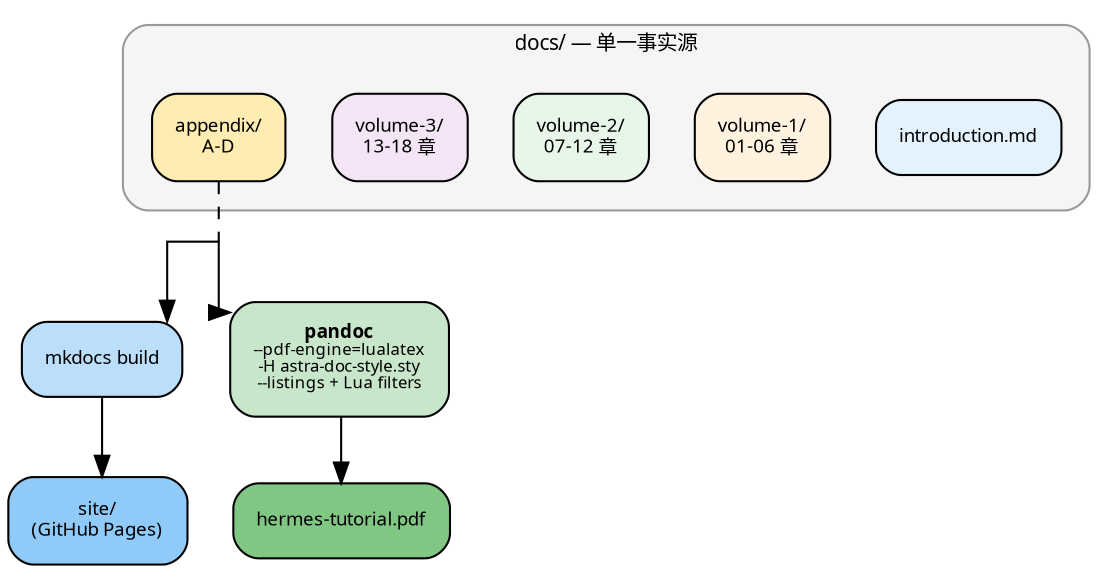
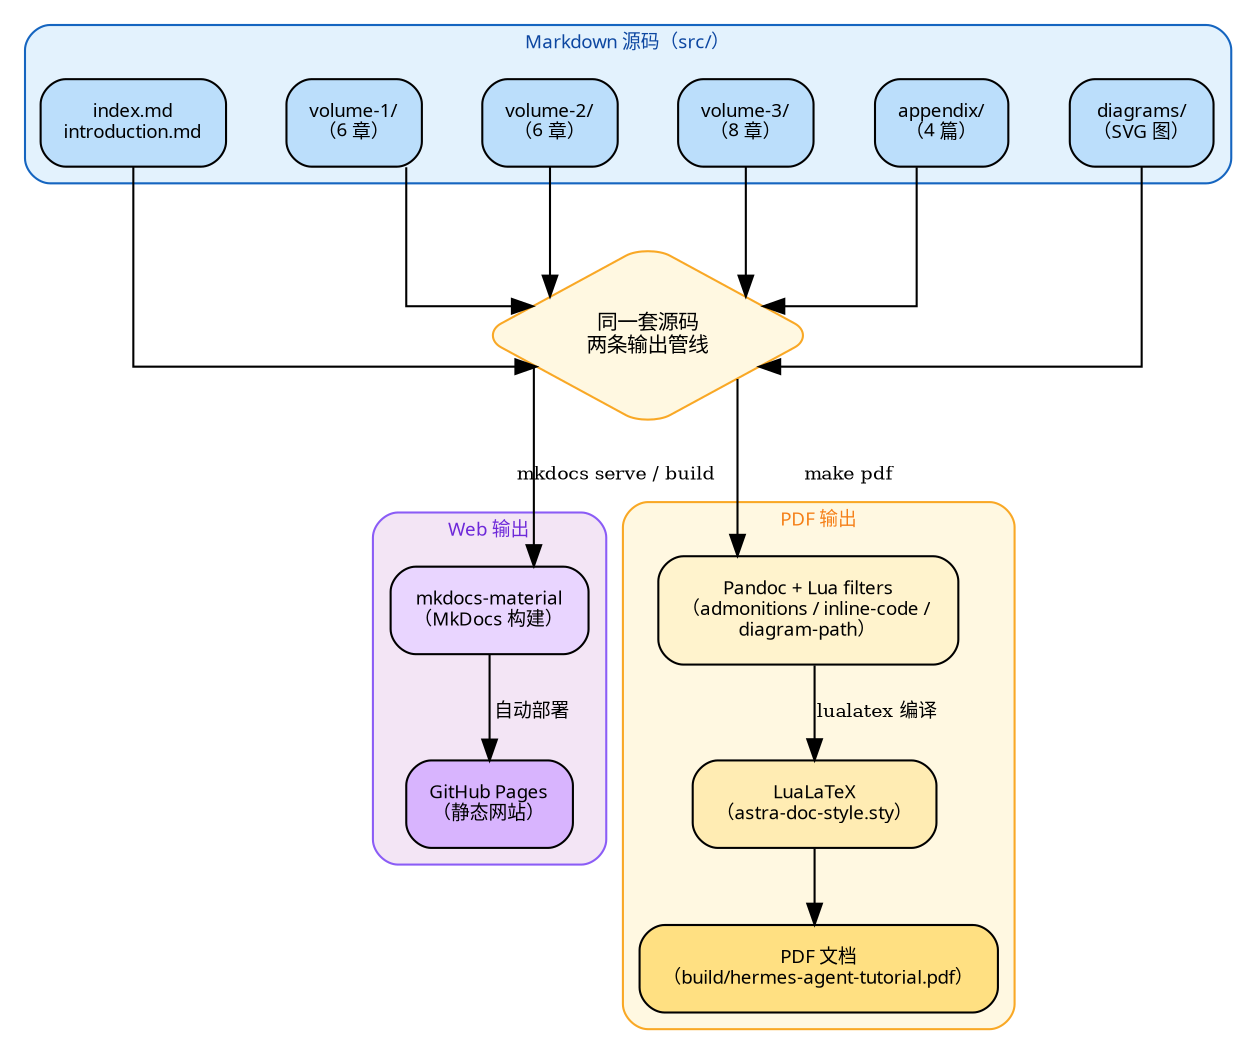
digraph DocPipeline {
  rankdir=TB;
+   bgcolor="transparent";
+   fontname="sans-serif";
+   fontsize=10;
+   nodesep=0.4;
+   ranksep=0.5;
  splines=ortho;
-   ranksep=0.4;
-   nodesep=0.3;
+ 
  node [shape=box, style="filled,rounded", fontname="sans-serif", fontsize=9, margin=0.15];

  subgraph cluster_source {
-     label="docs/ — 单一事实源";
+     label="Markdown 源码（src/）";
    style="filled,rounded";
-     fillcolor="#F5F5F5";
-     color="#999999";
-     fontsize=10;
-     fontname="sans-serif-Bold";
-     margin=14;
+     fillcolor="#E3F2FD";
+     color="#1565C0";
+     fontcolor="#0D47A1";
+     fontsize=9;

-     intro [label="introduction.md", fillcolor="#E3F2FD"];
-     v1 [label="volume-1/\n01-06 章", fillcolor="#FFF3E0"];
-     v2 [label="volume-2/\n07-12 章", fillcolor="#E8F5E9"];
-     v3 [label="volume-3/\n13-18 章", fillcolor="#F3E5F5"];
-     appx [label="appendix/\nA-D", fillcolor="#FFECB3"];
+     index [label="index.md\nintroduction.md", fillcolor="#BBDEFB"];
+     v1 [label="volume-1/\n（6 章）", fillcolor="#BBDEFB"];
+     v2 [label="volume-2/\n（6 章）", fillcolor="#BBDEFB"];
+     v3 [label="volume-3/\n（8 章）", fillcolor="#BBDEFB"];
+     appendix [label="appendix/\n（4 篇）", fillcolor="#BBDEFB"];
+     diagrams [label="diagrams/\n（SVG 图）", fillcolor="#BBDEFB"];
  }

-   joint [label="", shape=point, width=0, height=0];
+   split [label="同一套源码\n两条输出管线", fillcolor="#FFF8E1", color="#F9A825", shape=diamond, fontsize=10];

-   mkdocs [label="mkdocs build", fillcolor="#BBDEFB"];
-   site [label="site/\n(GitHub Pages)", fillcolor="#90CAF9"];
+   subgraph cluster_web {
+     label="Web 输出";
+     style="filled,rounded";
+     fillcolor="#F3E5F5";
+     color="#8B5CF6";
+     fontcolor="#6D28D9";
+     fontsize=9;

-   pandoc [label=<<b>pandoc</b><br/><font point-size="8">--pdf-engine=lualatex<br/>-H astra-doc-style.sty<br/>--listings + Lua filters</font>>, fillcolor="#C8E6C9"];
-   pdf [label="hermes-tutorial.pdf", fillcolor="#81C784"];
+     mkdocs [label="mkdocs-material\n（MkDocs 构建）", fillcolor="#E9D5FF"];
+     web [label="GitHub Pages\n（静态网站）", fillcolor="#D8B4FE"];
+   }

-   appx -> joint [arrowhead=none, style=dashed];
-   joint -> mkdocs;
-   joint -> pandoc;
-   mkdocs -> site;
-   pandoc -> pdf;
+   subgraph cluster_pdf {
+     label="PDF 输出";
+     style="filled,rounded";
+     fillcolor="#FFF8E1";
+     color="#F9A825";
+     fontcolor="#F57F17";
+     fontsize=9;
+ 
+     pandoc [label="Pandoc + Lua filters\n（admonitions / inline-code / \ndiagram-path）", fillcolor="#FFF3CD"];
+     latex [label="LuaLaTeX\n（astra-doc-style.sty）", fillcolor="#FFECB3"];
+     pdf [label="PDF 文档\n（build/hermes-agent-tutorial.pdf）", fillcolor="#FFE082"];
+   }
+ 
+   index -> split;
+   v1 -> split;
+   v2 -> split;
+   v3 -> split;
+   appendix -> split;
+   diagrams -> split;
+ 
+   split -> mkdocs [label=" mkdocs serve / build", fontsize=9];
+   mkdocs -> web [label=" 自动部署", fontsize=9];
+ 
+   split -> pandoc [label=" make pdf", fontsize=9];
+   pandoc -> latex [label=" lualatex 编译", fontsize=9];
+   latex -> pdf;
}
